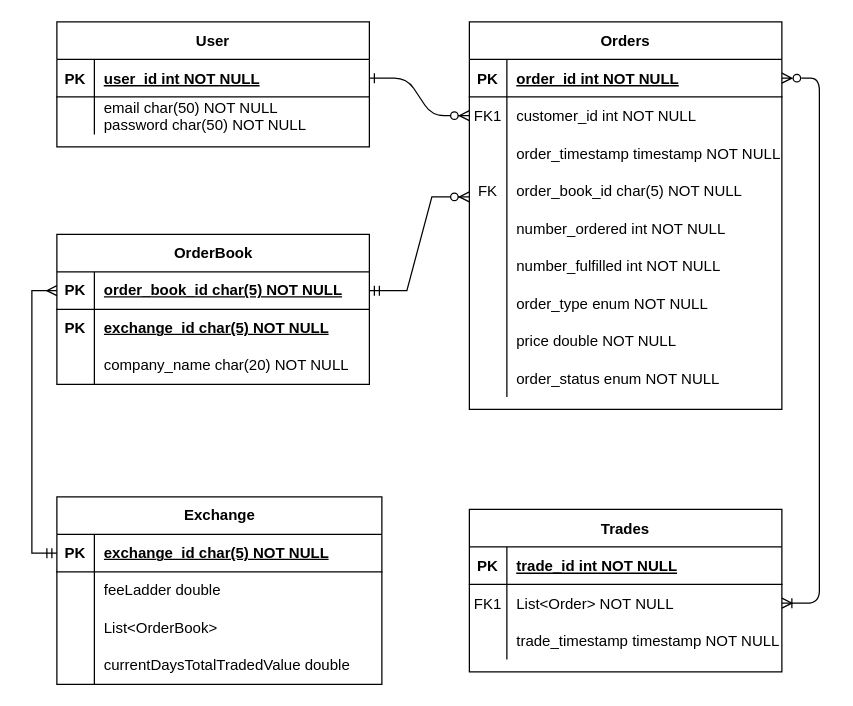
The draw.io diagram erd.drawio in jbritland16/OrderBook, before the edit. Source tidied: cells renumbered, new cells numbered last; positions are measured from the earlier drawing's top-left corner, leaving out a move shared by most shapes. Both pictures are drawn from the tidied source at 125%, with x=0, y=0 at pixel (56, 21).
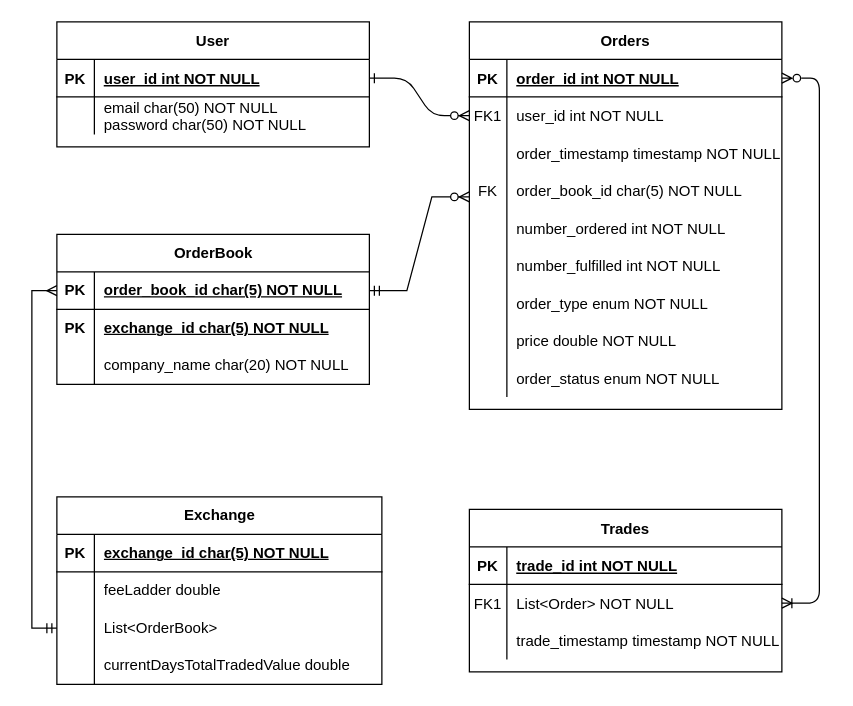
The same page after the edit.

Unchanged cells that the change refers to:
```xml
<mxCell id="8" style="shape=partialRectangle;fillColor=none;points=[[0,0.5],[1,0.5]];portConstraint=eastwest;top=0;left=0;right=0;bottom=0;" parent="4" vertex="1">
  <mxGeometry y="60" width="250" height="30" as="geometry" />
</mxCell>
<mxCell id="52" style="shape=tableRow;horizontal=0;startSize=0;swimlaneHead=0;swimlaneBody=0;fillColor=none;points=[[0,0.5],[1,0.5]];portConstraint=eastwest;top=0;left=0;right=0;bottom=1;" parent="51" vertex="1">
  <mxGeometry y="30" width="250" height="30" as="geometry" />
</mxCell>
<mxCell id="62" style="shape=tableRow;horizontal=0;startSize=0;swimlaneHead=0;swimlaneBody=0;fillColor=none;points=[[0,0.5],[1,0.5]];portConstraint=eastwest;top=0;left=0;right=0;bottom=1;" parent="61" vertex="1">
  <mxGeometry y="30" width="260" height="30" as="geometry" />
</mxCell>
<mxCell id="68" style="shape=tableRow;horizontal=0;startSize=0;swimlaneHead=0;swimlaneBody=0;fillColor=none;points=[[0,0.5],[1,0.5]];portConstraint=eastwest;top=0;left=0;right=0;bottom=0;" parent="61" vertex="1">
  <mxGeometry y="90" width="260" height="30" as="geometry" />
</mxCell>
```

Change to the diagram source:
```diff
@@
-    <mxCell id="10" value="customer_id int NOT NULL" style="shape=partialRectangle;overflow=hidden;fillColor=none;top=0;left=0;bottom=0;right=0;align=left;spacingLeft=6;" parent="8" vertex="1">
+    <mxCell id="10" value="user_id int NOT NULL" style="shape=partialRectangle;overflow=hidden;fillColor=none;top=0;left=0;bottom=0;right=0;align=left;spacingLeft=6;" parent="8" vertex="1">
       <mxGeometry x="30" width="220" height="30" as="geometry" />
     </mxCell>
@@
-    <mxCell id="74" style="edgeStyle=orthogonalEdgeStyle;rounded=0;jettySize=auto;html=1;exitX=0;exitY=0.5;exitDx=0;exitDy=0;entryX=0;entryY=0.5;entryDx=0;entryDy=0;startArrow=ERmany;startFill=0;endArrow=ERmandOne;endFill=0;" parent="1" edge="1" source="52" target="62">
+    <mxCell id="74" style="edgeStyle=orthogonalEdgeStyle;rounded=0;jettySize=auto;html=1;exitX=0;exitY=0.5;exitDx=0;exitDy=0;entryX=0;entryY=0.5;entryDx=0;entryDy=0;startArrow=ERmany;startFill=0;endArrow=ERmandOne;endFill=0;" parent="1" edge="1" source="52" target="68">
       <mxGeometry relative="1" as="geometry" />
     </mxCell>
```
